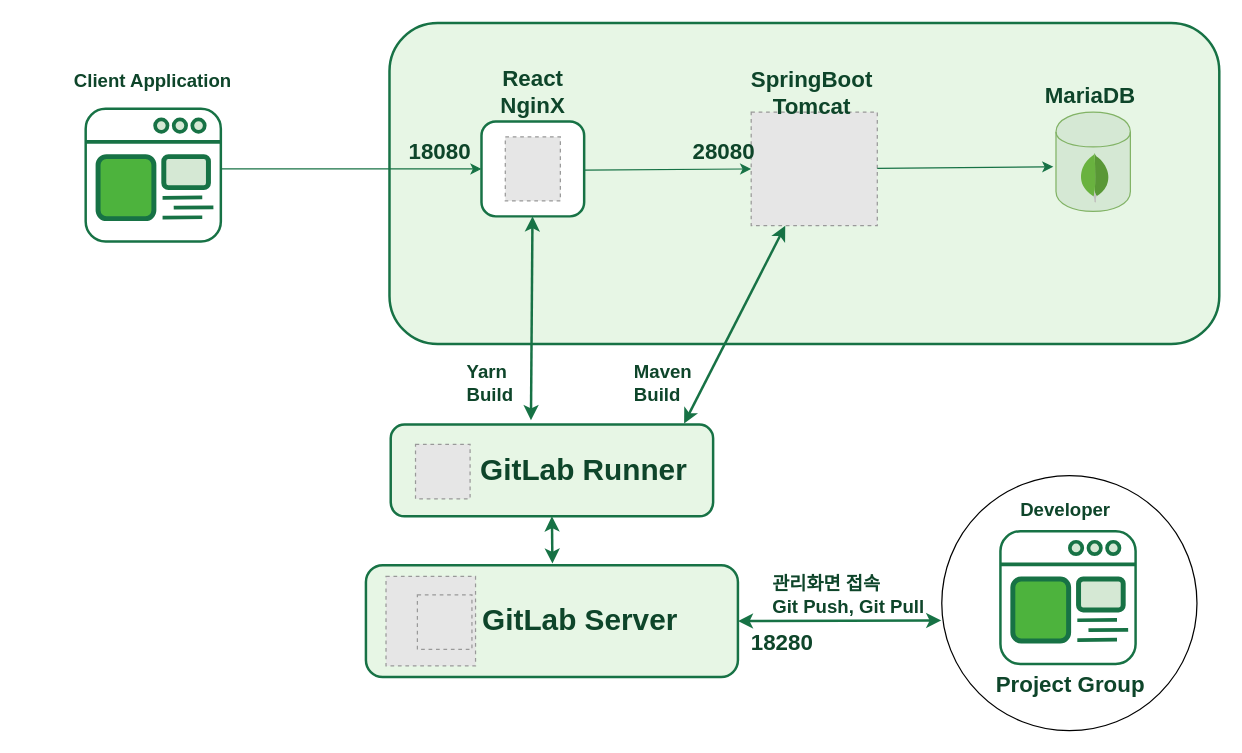
Earlier version of the draw.io diagram page "보안팀개발 아키텍처" (15 of 16) of Untitled Diagram.drawio (nodeman/Kubernetes). Source tidied: cells renumbered, new cells numbered last; positions are measured from the earlier drawing's top-left corner, leaving out a move shared by most shapes. Both pictures are drawn from the tidied source at 124%, with x=0, y=0 at pixel (66, 22). Pictures stored in the file or linked from it are replaced by grey dashed boxes.
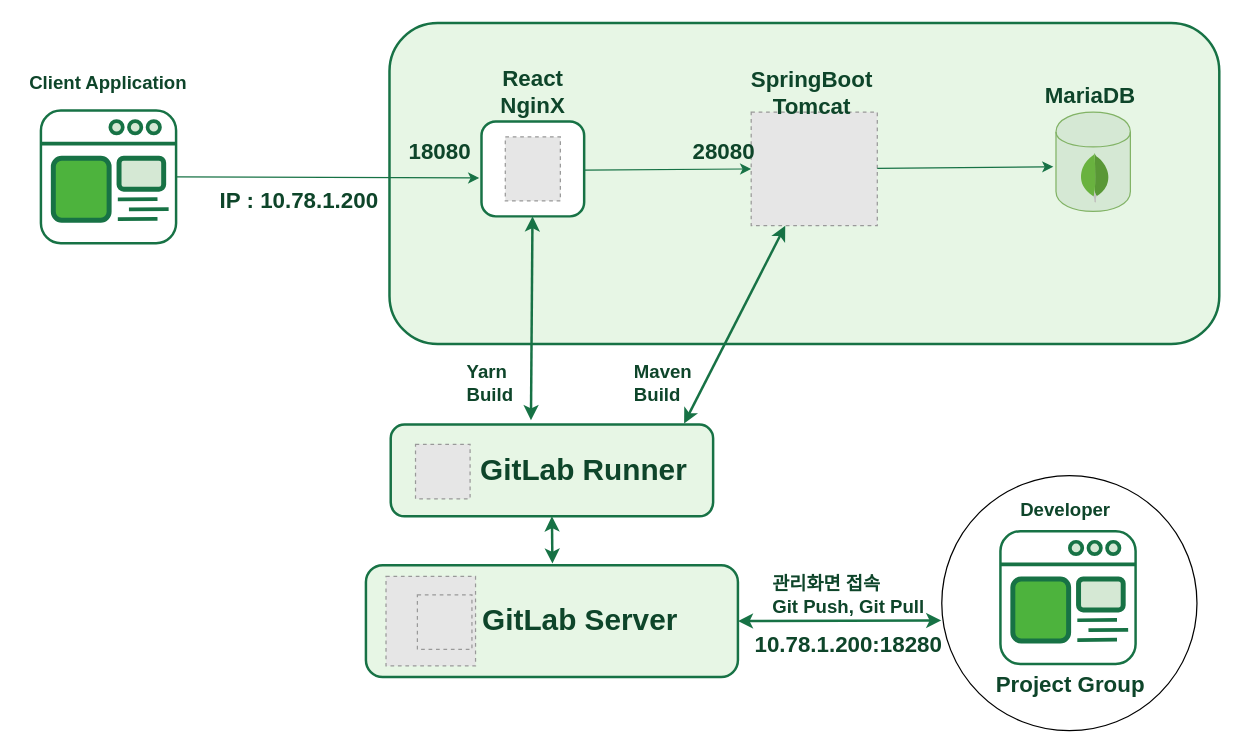
After the change.

Unchanged cells that the change refers to:
```xml
<mxCell id="28" style="rounded=1;whiteSpace=wrap;html=1;strokeWidth=2;strokeColor=#177245;" parent="1" vertex="1">
  <mxGeometry x="334.8" y="79.5" width="82.8" height="76.5" as="geometry" />
</mxCell>
```

The edit, as a diff of the source:
```diff
@@
-    <mxCell id="34" style="rounded=0;jettySize=auto;html=1;fontFamily=Quicksand;fontSize=13;fontStyle=1;labelBackgroundColor=none;strokeColor=#177245;entryX=0;entryY=0.5;entryDx=0;entryDy=0;exitX=1;exitY=0;exitDx=0;exitDy=0;" parent="1" edge="1" target="28">
-      <mxGeometry y="-10" relative="1" as="geometry">
-        <mxPoint x="124.6" y="117.7" as="sourcePoint" />
-      </mxGeometry>
+    <mxCell id="34" style="rounded=0;jettySize=auto;html=1;fontFamily=Quicksand;fontSize=13;fontStyle=1;labelBackgroundColor=none;strokeColor=#177245;entryX=-0.022;entryY=0.595;entryDx=0;entryDy=0;exitX=1;exitY=0.5;exitDx=0;exitDy=0;entryPerimeter=0;" parent="1" edge="1" source="42" target="28">
+      <mxGeometry y="-10" relative="1" as="geometry" />
     </mxCell>
@@
     <mxCell id="42" style="rounded=1;whiteSpace=wrap;html=1;strokeWidth=2;fillColor=#FFFFFF;strokeColor=#177245;" parent="1" vertex="1">
-      <mxGeometry x="15.6" y="69.2" width="109" height="107" as="geometry" />
+      <mxGeometry x="-20.5" y="70.6" width="109" height="107" as="geometry" />
     </mxCell>
@@
     <mxCell id="44" style="ellipse;whiteSpace=wrap;html=1;strokeWidth=3;fillColor=#d5e8d4;strokeColor=#177245;" parent="1" vertex="1">
-      <mxGeometry x="86.6" y="77.8" width="10" height="10" as="geometry" />
+      <mxGeometry x="50.5" y="79.1" width="10" height="10" as="geometry" />
     </mxCell>
     <mxCell id="45" style="ellipse;whiteSpace=wrap;html=1;strokeWidth=3;fillColor=#d5e8d4;strokeColor=#177245;" parent="1" vertex="1">
-      <mxGeometry x="101.6" y="77.8" width="10" height="10" as="geometry" />
+      <mxGeometry x="65.5" y="79.1" width="10" height="10" as="geometry" />
     </mxCell>
     <mxCell id="46" style="ellipse;whiteSpace=wrap;html=1;strokeWidth=3;fillColor=#d5e8d4;strokeColor=#177245;" parent="1" vertex="1">
-      <mxGeometry x="71.6" y="77.8" width="10" height="10" as="geometry" />
+      <mxGeometry x="35.5" y="79.1" width="10" height="10" as="geometry" />
     </mxCell>
     <mxCell id="47" style="rounded=1;whiteSpace=wrap;html=1;strokeWidth=4;strokeColor=#177245;fillColor=#4db33d;" parent="1" vertex="1">
-      <mxGeometry x="25.6" y="107.8" width="45" height="50" as="geometry" />
+      <mxGeometry x="-10.5" y="109.1" width="45" height="50" as="geometry" />
     </mxCell>
     <mxCell id="48" style="rounded=1;whiteSpace=wrap;html=1;strokeWidth=4;fillColor=#d5e8d4;strokeColor=#177245;" parent="1" vertex="1">
-      <mxGeometry x="78.6" y="107.8" width="36" height="25" as="geometry" />
+      <mxGeometry x="42.5" y="109.1" width="36" height="25" as="geometry" />
     </mxCell>
     <mxCell id="49" style="endArrow=none;html=1;strokeWidth=3;exitX=0;exitY=0.25;exitDx=0;exitDy=0;fillColor=#d5e8d4;strokeColor=#177245;" parent="1" edge="1">
       <mxGeometry relative="1" as="geometry">
-        <mxPoint x="77.6" y="141" as="sourcePoint" />
-        <mxPoint x="109.6" y="140.7" as="targetPoint" />
+        <mxPoint x="41.5" y="142.3" as="sourcePoint" />
+        <mxPoint x="73.5" y="142.1" as="targetPoint" />
       </mxGeometry>
     </mxCell>
     <mxCell id="50" style="endArrow=none;html=1;strokeWidth=3;exitX=0;exitY=0.25;exitDx=0;exitDy=0;fillColor=#d5e8d4;strokeColor=#177245;" parent="1" edge="1">
       <mxGeometry relative="1" as="geometry">
-        <mxPoint x="86.6" y="149" as="sourcePoint" />
-        <mxPoint x="118.6" y="148.7" as="targetPoint" />
+        <mxPoint x="50.5" y="150.3" as="sourcePoint" />
+        <mxPoint x="82.5" y="150.1" as="targetPoint" />
       </mxGeometry>
     </mxCell>
     <mxCell id="51" style="endArrow=none;html=1;strokeWidth=3;exitX=0;exitY=0.25;exitDx=0;exitDy=0;fillColor=#d5e8d4;strokeColor=#177245;" parent="1" edge="1">
       <mxGeometry relative="1" as="geometry">
-        <mxPoint x="77.6" y="157" as="sourcePoint" />
-        <mxPoint x="109.6" y="156.7" as="targetPoint" />
+        <mxPoint x="41.5" y="158.3" as="sourcePoint" />
+        <mxPoint x="73.5" y="158.1" as="targetPoint" />
       </mxGeometry>
     </mxCell>
     <mxCell id="52" value="&lt;div&gt;&lt;font style=&quot;font-size: 15px&quot; face=&quot;Quicksand&quot;&gt;&lt;span&gt;Client Application&lt;br&gt;&lt;/span&gt;&lt;/font&gt;&lt;/div&gt;" style="text;html=1;strokeColor=none;fillColor=none;align=center;verticalAlign=middle;whiteSpace=wrap;rounded=0;fontColor=#0E452A;fontStyle=1;labelBackgroundColor=#ffffff;" parent="1" vertex="1">
-      <mxGeometry x="0.1" y="36.4" width="140" height="20" as="geometry" />
+      <mxGeometry x="-36" y="37.7" width="140" height="20" as="geometry" />
     </mxCell>
@@
-    <mxCell id="57" value="&lt;span style=&quot;font-size: 18px;&quot;&gt;18280&lt;/span&gt;" style="text;html=1;strokeColor=none;fillColor=none;align=center;verticalAlign=middle;whiteSpace=wrap;rounded=0;fontFamily=Quicksand;FType=g;fontStyle=1;fontSize=15;fontColor=#0E452A;" parent="1" vertex="1">
-      <mxGeometry x="541.6" y="492.4" width="70.5" height="15.2" as="geometry" />
-    </mxCell>
+    <mxCell id="58" value="&lt;font face=&quot;Quicksand&quot;&gt;&lt;span style=&quot;font-size: 18px;&quot;&gt;IP : 10.78.1.200&lt;/span&gt;&lt;/font&gt;" style="text;html=1;strokeColor=none;fillColor=none;align=center;verticalAlign=middle;whiteSpace=wrap;rounded=0;fontColor=#0E452A;fontStyle=1;labelBackgroundColor=#ffffff;" parent="1" vertex="1">
+      <mxGeometry x="117.8" y="134.1" width="140" height="20" as="geometry" />
+    </mxCell>
+    <mxCell id="59" value="&lt;font face=&quot;Quicksand&quot;&gt;&lt;span style=&quot;font-size: 18px;&quot;&gt;10.78.1.200:18280&lt;/span&gt;&lt;/font&gt;" style="text;html=1;strokeColor=none;fillColor=none;align=center;verticalAlign=middle;whiteSpace=wrap;rounded=0;fontColor=#0E452A;fontStyle=1;labelBackgroundColor=#ffffff;" parent="1" vertex="1">
+      <mxGeometry x="561.2" y="492.4" width="140" height="20" as="geometry" />
+    </mxCell>
```
